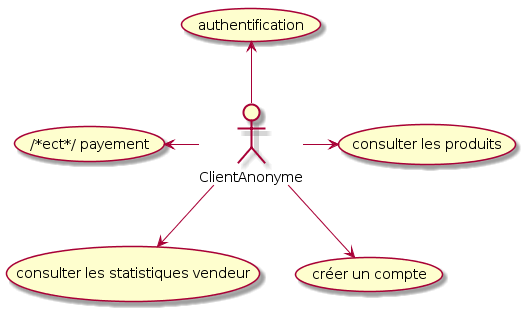
The PlantUML diagram DiagCasUtilisation/clientAnonyme.png in Moinketroa/Ebayz, before a commit. Source of this version:
```plantuml
@startuml
actor ClientAnonyme

usecase uc1 as "consulter les produits"
usecase uc2 as "consulter les statistiques vendeur"
usecase uc3 as "créer un compte"
usecase uc4 as "authentification"
usecase uc5 as "/*ect*/ payement"


ClientAnonyme -> uc1
ClientAnonyme --> uc2
ClientAnonyme --> uc3
uc4 <-- ClientAnonyme
uc5 <- ClientAnonyme
@enduml
```
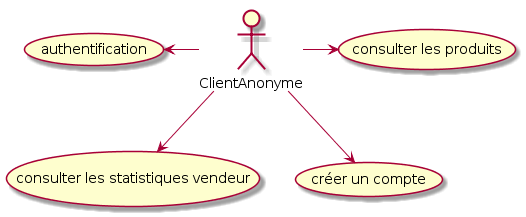
After the change.

Commit message:
ajout diag client

The edit, as a diff of the source:
```diff
@@ -5,12 +5,10 @@
 usecase uc2 as "consulter les statistiques vendeur"
 usecase uc3 as "créer un compte"
 usecase uc4 as "authentification"
-usecase uc5 as "/*ect*/ payement"
 
 
 ClientAnonyme -> uc1
 ClientAnonyme --> uc2
 ClientAnonyme --> uc3
-uc4 <-- ClientAnonyme
-uc5 <- ClientAnonyme
+uc4 <- ClientAnonyme
 @enduml
```
